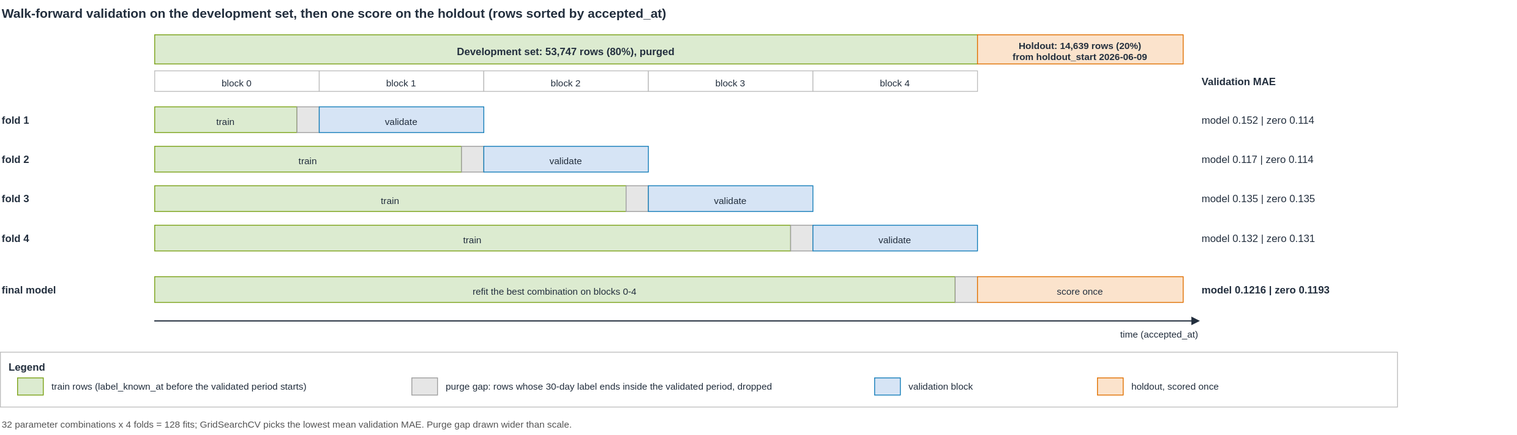
Before: docs/report/diagrams/validation-timeline.drawio.svg, a diagram exported from draw.io (josemita87/SecForm4Strategy). Source tidied: cells renumbered, new cells last; positions are measured from the earlier drawing's top-left corner, leaving out a move shared by most shapes.
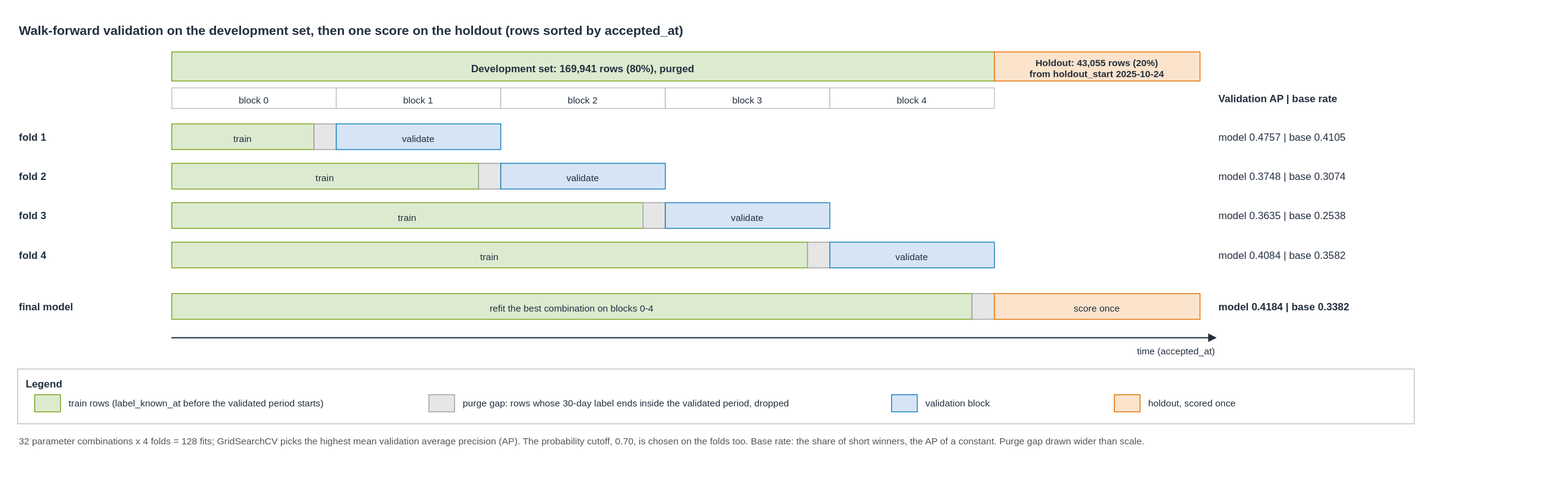
After the commit.

Diff of the diagram source:
```diff
@@ -5,10 +5,10 @@
     <mxCell id="2" value="Walk-forward validation on the development set, then one score on the holdout (rows sorted by accepted_at)" style="text;html=0;strokeColor=none;fillColor=none;align=left;verticalAlign=middle;fontSize=15;fontColor=#232F3E;fontStyle=1;" parent="1" vertex="1">
       <mxGeometry width="1400" height="28" as="geometry" />
     </mxCell>
-    <mxCell id="3" value="Development set: 53,747 rows (80%), purged" style="rounded=0;arcSize=6;html=0;fillColor=#DCEBD0;strokeColor=#7AA116;fontColor=#232F3E;fontSize=12;fontStyle=1;verticalAlign=middle;align=center;spacingLeft=8;spacingTop=4;spacingRight=8;" parent="1" vertex="1">
+    <mxCell id="3" value="Development set: 169,941 rows (80%), purged" style="rounded=0;arcSize=6;html=0;fillColor=#DCEBD0;strokeColor=#7AA116;fontColor=#232F3E;fontSize=12;fontStyle=1;verticalAlign=middle;align=center;spacingLeft=8;spacingTop=4;spacingRight=8;" parent="1" vertex="1">
       <mxGeometry x="180" y="40" width="960" height="34" as="geometry" />
     </mxCell>
-    <mxCell id="4" value="Holdout: 14,639 rows (20%)&#10;from holdout_start 2026-06-09" style="rounded=0;arcSize=6;html=0;fillColor=#FBE3CC;strokeColor=#E07000;fontColor=#232F3E;fontSize=11;fontStyle=1;verticalAlign=middle;align=center;spacingLeft=8;spacingTop=4;spacingRight=8;" parent="1" vertex="1">
+    <mxCell id="4" value="Holdout: 43,055 rows (20%)&#10;from holdout_start 2025-10-24" style="rounded=0;arcSize=6;html=0;fillColor=#FBE3CC;strokeColor=#E07000;fontColor=#232F3E;fontSize=11;fontStyle=1;verticalAlign=middle;align=center;spacingLeft=8;spacingTop=4;spacingRight=8;" parent="1" vertex="1">
       <mxGeometry x="1140" y="40" width="240" height="34" as="geometry" />
     </mxCell>
     <mxCell id="5" value="block 0" style="rounded=0;arcSize=6;html=0;fillColor=#FFFFFF;strokeColor=#BFBFBF;fontColor=#232F3E;fontSize=11;fontStyle=0;verticalAlign=middle;align=center;spacingLeft=8;spacingTop=4;spacingRight=8;" parent="1" vertex="1">
@@ -26,7 +26,7 @@
     <mxCell id="9" value="block 4" style="rounded=0;arcSize=6;html=0;fillColor=#FFFFFF;strokeColor=#BFBFBF;fontColor=#232F3E;fontSize=11;fontStyle=0;verticalAlign=middle;align=center;spacingLeft=8;spacingTop=4;spacingRight=8;" parent="1" vertex="1">
       <mxGeometry x="948" y="82" width="192" height="24" as="geometry" />
     </mxCell>
-    <mxCell id="10" value="Validation MAE" style="text;html=0;strokeColor=none;fillColor=none;align=left;verticalAlign=middle;fontSize=12;fontColor=#232F3E;fontStyle=1;" parent="1" vertex="1">
+    <mxCell id="10" value="Validation AP | base rate" style="text;html=0;strokeColor=none;fillColor=none;align=left;verticalAlign=middle;fontSize=12;fontColor=#232F3E;fontStyle=1;" parent="1" vertex="1">
       <mxGeometry x="1400" y="82" width="230" height="24" as="geometry" />
     </mxCell>
     <mxCell id="11" value="fold 1" style="text;html=0;strokeColor=none;fillColor=none;align=left;verticalAlign=middle;fontSize=12;fontColor=#232F3E;fontStyle=1;" parent="1" vertex="1">
@@ -41,7 +41,7 @@
     <mxCell id="14" value="validate" style="rounded=0;arcSize=6;html=0;fillColor=#D6E4F5;strokeColor=#147EBA;fontColor=#232F3E;fontSize=11;fontStyle=0;verticalAlign=middle;align=center;spacingLeft=8;spacingTop=4;spacingRight=8;" parent="1" vertex="1">
       <mxGeometry x="372" y="124" width="192" height="30" as="geometry" />
     </mxCell>
-    <mxCell id="15" value="model 0.152 | zero 0.114" style="text;html=0;strokeColor=none;fillColor=none;align=left;verticalAlign=middle;fontSize=12;fontColor=#232F3E;fontStyle=0;" parent="1" vertex="1">
+    <mxCell id="15" value="model 0.4757 | base 0.4105" style="text;html=0;strokeColor=none;fillColor=none;align=left;verticalAlign=middle;fontSize=12;fontColor=#232F3E;fontStyle=0;" parent="1" vertex="1">
       <mxGeometry x="1400" y="124" width="230" height="30" as="geometry" />
     </mxCell>
     <mxCell id="16" value="fold 2" style="text;html=0;strokeColor=none;fillColor=none;align=left;verticalAlign=middle;fontSize=12;fontColor=#232F3E;fontStyle=1;" parent="1" vertex="1">
@@ -56,7 +56,7 @@
     <mxCell id="19" value="validate" style="rounded=0;arcSize=6;html=0;fillColor=#D6E4F5;strokeColor=#147EBA;fontColor=#232F3E;fontSize=11;fontStyle=0;verticalAlign=middle;align=center;spacingLeft=8;spacingTop=4;spacingRight=8;" parent="1" vertex="1">
       <mxGeometry x="564" y="170" width="192" height="30" as="geometry" />
     </mxCell>
-    <mxCell id="20" value="model 0.117 | zero 0.114" style="text;html=0;strokeColor=none;fillColor=none;align=left;verticalAlign=middle;fontSize=12;fontColor=#232F3E;fontStyle=0;" parent="1" vertex="1">
+    <mxCell id="20" value="model 0.3748 | base 0.3074" style="text;html=0;strokeColor=none;fillColor=none;align=left;verticalAlign=middle;fontSize=12;fontColor=#232F3E;fontStyle=0;" parent="1" vertex="1">
       <mxGeometry x="1400" y="170" width="230" height="30" as="geometry" />
     </mxCell>
     <mxCell id="21" value="fold 3" style="text;html=0;strokeColor=none;fillColor=none;align=left;verticalAlign=middle;fontSize=12;fontColor=#232F3E;fontStyle=1;" parent="1" vertex="1">
@@ -71,7 +71,7 @@
     <mxCell id="24" value="validate" style="rounded=0;arcSize=6;html=0;fillColor=#D6E4F5;strokeColor=#147EBA;fontColor=#232F3E;fontSize=11;fontStyle=0;verticalAlign=middle;align=center;spacingLeft=8;spacingTop=4;spacingRight=8;" parent="1" vertex="1">
       <mxGeometry x="756" y="216" width="192" height="30" as="geometry" />
     </mxCell>
-    <mxCell id="25" value="model 0.135 | zero 0.135" style="text;html=0;strokeColor=none;fillColor=none;align=left;verticalAlign=middle;fontSize=12;fontColor=#232F3E;fontStyle=0;" parent="1" vertex="1">
+    <mxCell id="25" value="model 0.3635 | base 0.2538" style="text;html=0;strokeColor=none;fillColor=none;align=left;verticalAlign=middle;fontSize=12;fontColor=#232F3E;fontStyle=0;" parent="1" vertex="1">
       <mxGeometry x="1400" y="216" width="230" height="30" as="geometry" />
     </mxCell>
     <mxCell id="26" value="fold 4" style="text;html=0;strokeColor=none;fillColor=none;align=left;verticalAlign=middle;fontSize=12;fontColor=#232F3E;fontStyle=1;" parent="1" vertex="1">
@@ -86,7 +86,7 @@
     <mxCell id="29" value="validate" style="rounded=0;arcSize=6;html=0;fillColor=#D6E4F5;strokeColor=#147EBA;fontColor=#232F3E;fontSize=11;fontStyle=0;verticalAlign=middle;align=center;spacingLeft=8;spacingTop=4;spacingRight=8;" parent="1" vertex="1">
       <mxGeometry x="948" y="262" width="192" height="30" as="geometry" />
     </mxCell>
-    <mxCell id="30" value="model 0.132 | zero 0.131" style="text;html=0;strokeColor=none;fillColor=none;align=left;verticalAlign=middle;fontSize=12;fontColor=#232F3E;fontStyle=0;" parent="1" vertex="1">
+    <mxCell id="30" value="model 0.4084 | base 0.3582" style="text;html=0;strokeColor=none;fillColor=none;align=left;verticalAlign=middle;fontSize=12;fontColor=#232F3E;fontStyle=0;" parent="1" vertex="1">
       <mxGeometry x="1400" y="262" width="230" height="30" as="geometry" />
     </mxCell>
     <mxCell id="31" value="final model" style="text;html=0;strokeColor=none;fillColor=none;align=left;verticalAlign=middle;fontSize=12;fontColor=#232F3E;fontStyle=1;" parent="1" vertex="1">
@@ -101,7 +101,7 @@
     <mxCell id="34" value="score once" style="rounded=0;arcSize=6;html=0;fillColor=#FBE3CC;strokeColor=#E07000;fontColor=#232F3E;fontSize=11;fontStyle=0;verticalAlign=middle;align=center;spacingLeft=8;spacingTop=4;spacingRight=8;" parent="1" vertex="1">
       <mxGeometry x="1140" y="322" width="240" height="30" as="geometry" />
     </mxCell>
-    <mxCell id="35" value="model 0.1216 | zero 0.1193" style="text;html=0;strokeColor=none;fillColor=none;align=left;verticalAlign=middle;fontSize=12;fontColor=#232F3E;fontStyle=1;" parent="1" vertex="1">
+    <mxCell id="35" value="model 0.4184 | base 0.3382" style="text;html=0;strokeColor=none;fillColor=none;align=left;verticalAlign=middle;fontSize=12;fontColor=#232F3E;fontStyle=1;" parent="1" vertex="1">
       <mxGeometry x="1400" y="322" width="230" height="30" as="geometry" />
     </mxCell>
     <mxCell id="36" style="endArrow=block;endFill=1;html=0;strokeWidth=1.5;strokeColor=#232F3E;" parent="1" edge="1">
@@ -140,7 +140,7 @@
     <mxCell id="46" value="holdout, scored once" style="text;html=0;strokeColor=none;fillColor=none;align=left;verticalAlign=middle;fontSize=11;fontColor=#232F3E;fontStyle=0;" parent="1" vertex="1">
       <mxGeometry x="1318" y="436" width="450" height="28" as="geometry" />
     </mxCell>
-    <mxCell id="47" value="32 parameter combinations x 4 folds = 128 fits; GridSearchCV picks the lowest mean validation MAE. Purge gap drawn wider than scale." style="text;html=0;strokeColor=none;fillColor=none;align=left;verticalAlign=middle;fontSize=11;fontColor=#555555;fontStyle=0;" parent="1" vertex="1">
+    <mxCell id="47" value="32 parameter combinations x 4 folds = 128 fits; GridSearchCV picks the highest mean validation average precision (AP). The probability cutoff, 0.70, is chosen on the folds too. Base rate: the share of short winners, the AP of a constant. Purge gap drawn wider than scale." style="text;html=0;strokeColor=none;fillColor=none;align=left;verticalAlign=middle;fontSize=11;fontColor=#555555;fontStyle=0;" parent="1" vertex="1">
       <mxGeometry y="482" width="1630" height="24" as="geometry" />
     </mxCell>
   </root>
```
